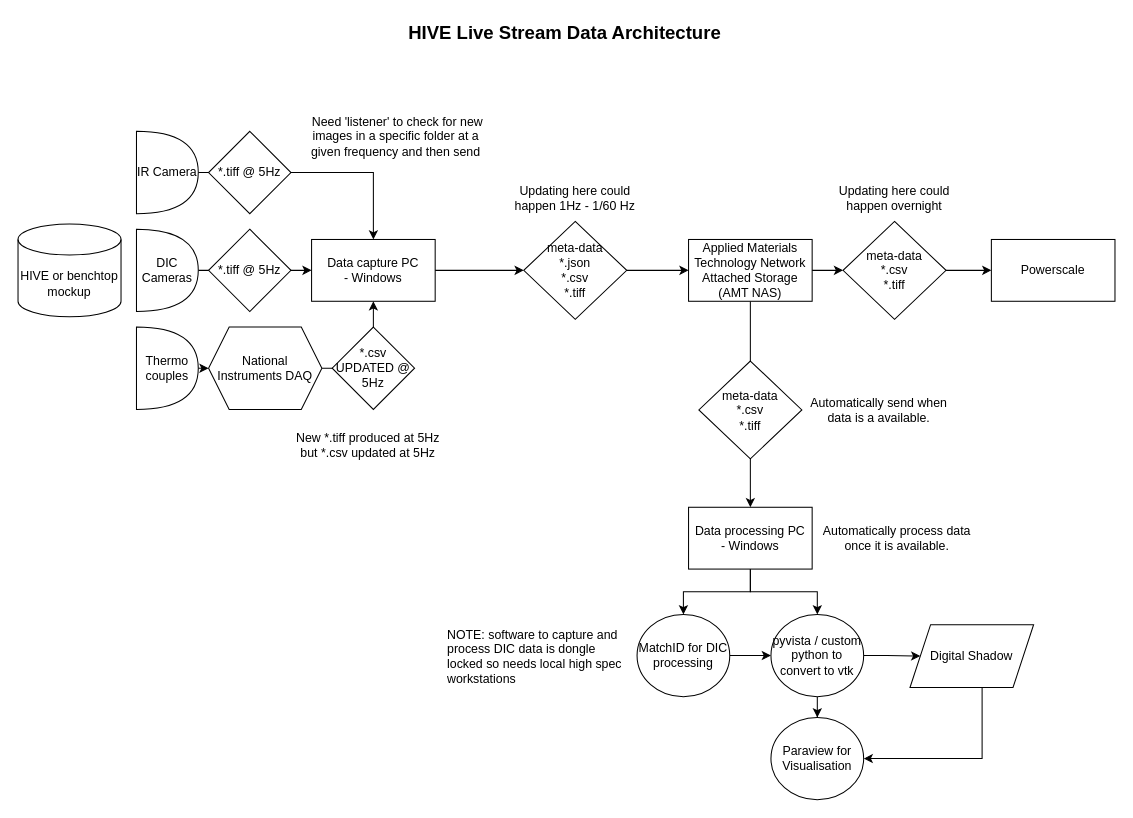
The draw.io diagram data-stream-architecture-HIVE.drawio in Applied-Materials-Technology/pycdata, before the edit. Source tidied: cells renumbered, new cells numbered last; positions are measured from the earlier drawing's top-left corner, leaving out a move shared by most shapes. Both pictures are drawn from the tidied source at 103%, with x=0, y=0 at pixel (18, 18).
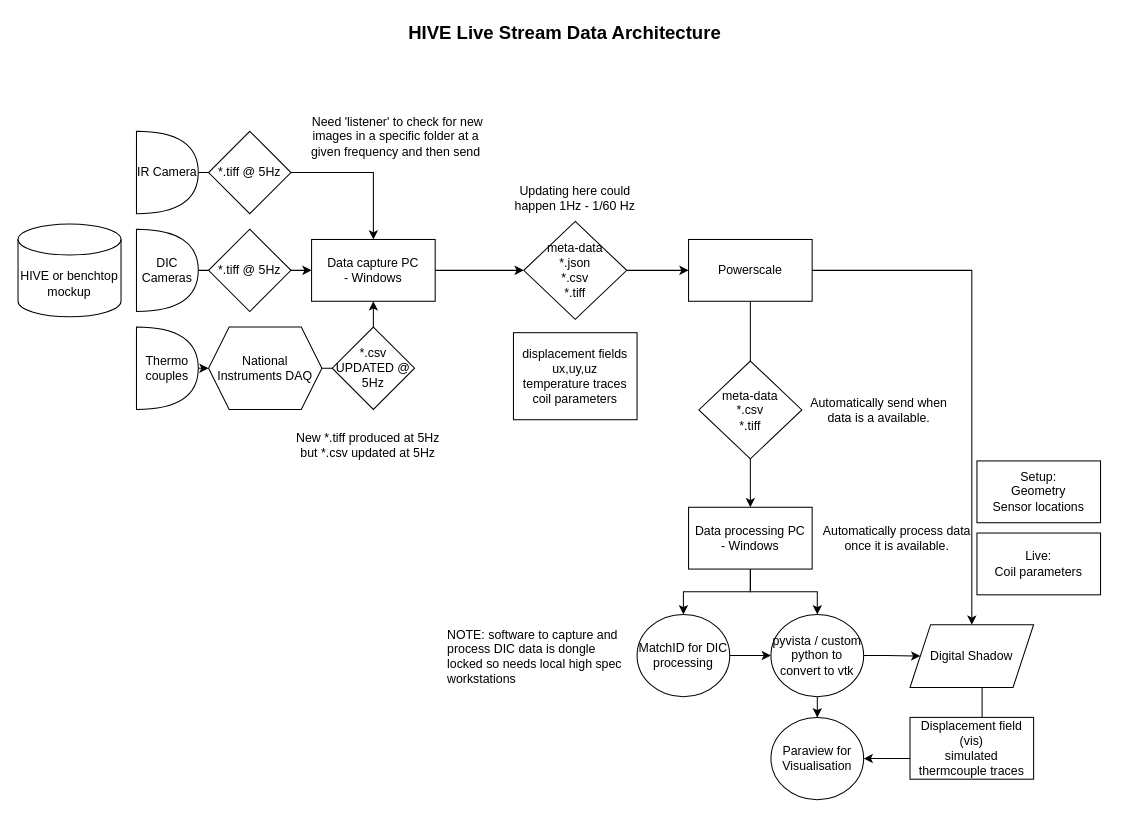
The same diagram, later.

The change refers to these unchanged cells:
```xml
<mxCell id="42" value="Digital Shadow" style="shape=parallelogram;perimeter=parallelogramPerimeter;whiteSpace=wrap;html=1;fixedSize=1;" parent="1" vertex="1">
  <mxGeometry x="866" y="589" width="120" height="61" as="geometry" />
</mxCell>
```

Diff of the diagram source:
```diff
@@
-    <mxCell id="13" style="edgeStyle=orthogonalEdgeStyle;rounded=0;jettySize=auto;html=1;entryX=0;entryY=0.5;entryDx=0;entryDy=0;" parent="1" edge="1" source="32" target="15">
-      <mxGeometry relative="1" as="geometry" />
-    </mxCell>
+    <mxCell id="44" style="edgeStyle=orthogonalEdgeStyle;rounded=0;jettySize=auto;html=1;" parent="1" edge="1" source="14" target="42">
+      <mxGeometry relative="1" as="geometry" />
+    </mxCell>
-    <mxCell id="14" value="Applied Materials Technology Network Attached Storage (AMT NAS)" style="rounded=0;whiteSpace=wrap;html=1;" parent="1" vertex="1">
+    <mxCell id="14" value="Powerscale" style="rounded=0;whiteSpace=wrap;html=1;" parent="1" vertex="1">
       <mxGeometry x="651" y="215" width="120" height="60" as="geometry" />
     </mxCell>
-    <mxCell id="15" value="Powerscale" style="rounded=0;whiteSpace=wrap;html=1;" parent="1" vertex="1">
-      <mxGeometry x="945" y="215" width="120" height="60" as="geometry" />
-    </mxCell>
@@
-    <mxCell id="31" style="edgeStyle=orthogonalEdgeStyle;rounded=0;jettySize=auto;html=1;entryX=0;entryY=0.5;entryDx=0;entryDy=0;" parent="1" edge="1" source="14" target="32">
-      <mxGeometry relative="1" as="geometry" />
-    </mxCell>
-    <mxCell id="32" value="meta-data&lt;br&gt;*.csv&lt;br&gt;*.tiff" style="rhombus;whiteSpace=wrap;html=1;" parent="1" vertex="1">
-      <mxGeometry x="801" y="197.5" width="100" height="95" as="geometry" />
-    </mxCell>
-    <mxCell id="33" value="Updating here could happen overnight" style="text;html=1;align=center;verticalAlign=middle;whiteSpace=wrap;rounded=0;" parent="1" vertex="1">
-      <mxGeometry x="776" y="160" width="150" height="30" as="geometry" />
-    </mxCell>
@@
+    <mxCell id="45" value="displacement fields ux,uy,uz&lt;div&gt;temperature traces&lt;/div&gt;&lt;div&gt;coil parameters&lt;/div&gt;" style="rounded=0;whiteSpace=wrap;html=1;" parent="1" vertex="1">
+      <mxGeometry x="481" y="305.5" width="120" height="84.5" as="geometry" />
+    </mxCell>
+    <mxCell id="46" value="Setup:&lt;div&gt;Geometry&lt;/div&gt;&lt;div&gt;Sensor locations&lt;/div&gt;" style="rounded=0;whiteSpace=wrap;html=1;" parent="1" vertex="1">
+      <mxGeometry x="931" y="430" width="120" height="60" as="geometry" />
+    </mxCell>
+    <mxCell id="47" value="Live:&lt;div&gt;Coil parameters&lt;/div&gt;" style="rounded=0;whiteSpace=wrap;html=1;" parent="1" vertex="1">
+      <mxGeometry x="931" y="500" width="120" height="60" as="geometry" />
+    </mxCell>
+    <mxCell id="48" value="Displacement field (vis)&lt;div&gt;simulated thermcouple traces&lt;/div&gt;" style="rounded=0;whiteSpace=wrap;html=1;" parent="1" vertex="1">
+      <mxGeometry x="866" y="679" width="120" height="60" as="geometry" />
+    </mxCell>
```
